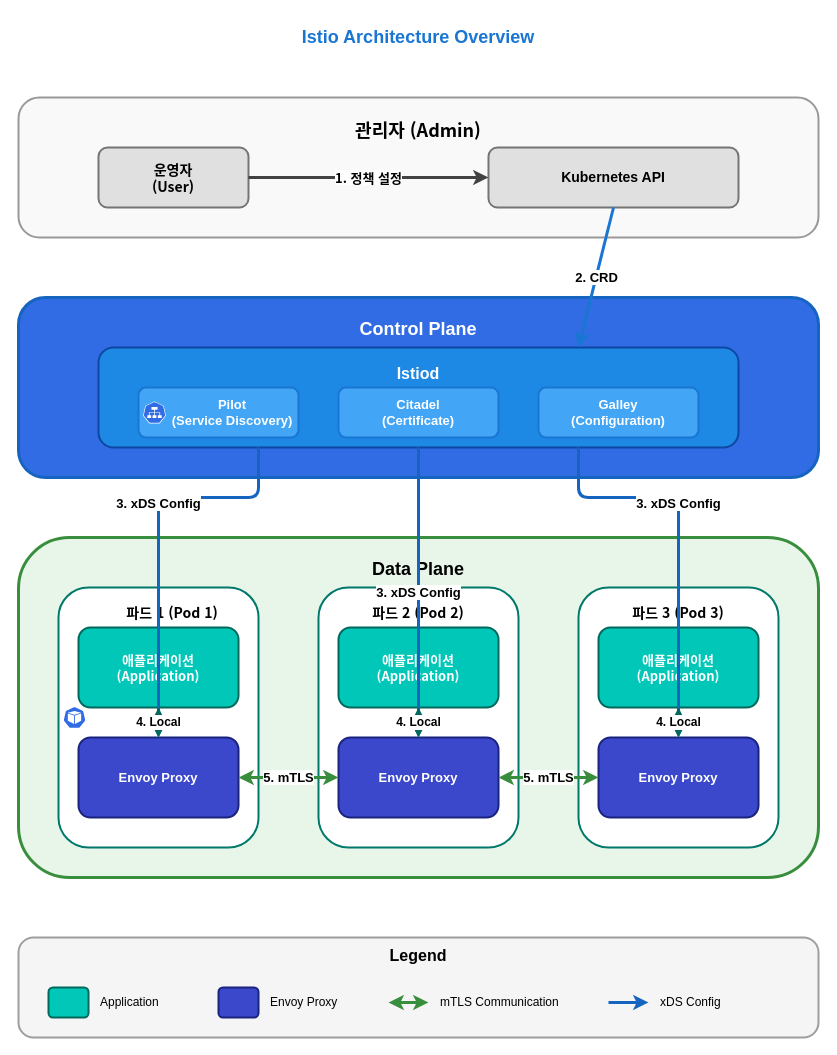
Above: assets/generated-diagrams/istio-overview.drawio in Atom-oh/kubernetes-docs (draw.io), before the change. Source tidied: cells renumbered, new cells numbered last; positions are measured from the earlier drawing's top-left corner, leaving out a move shared by most shapes. Both pictures are drawn from the tidied source at 100%, with x=0, y=0 at pixel (18, 17).
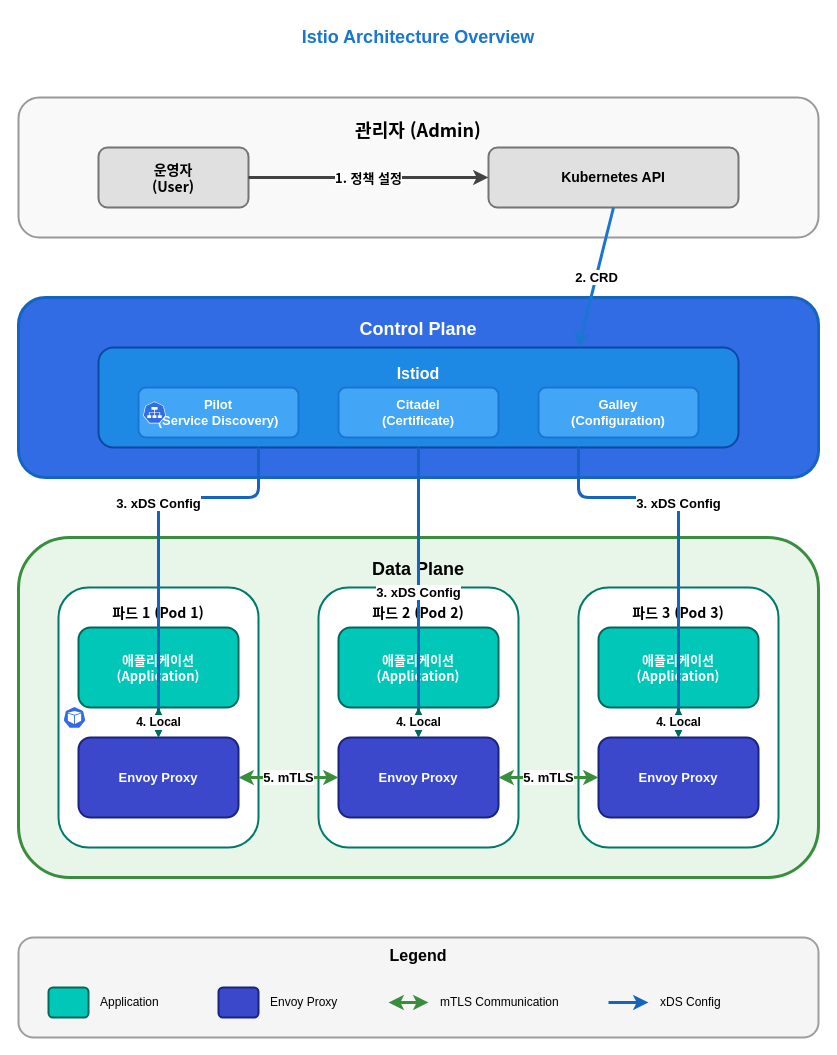
The same diagram, later.

The edit, as a diff of the source:
```diff
@@
-    <mxCell id="8" value="Pilot&lt;br&gt;(Service Discovery)" style="rounded=1;whiteSpace=wrap;html=1;fillColor=#42A5F5;strokeColor=#1976D2;strokeWidth=2;fontSize=13;fontStyle=1;fontColor=#FFFFFF;spacingLeft=28;" parent="1" vertex="1">
+    <mxCell id="8" value="Pilot&lt;br&gt;(Service Discovery)" style="rounded=1;whiteSpace=wrap;html=1;fillColor=#42A5F5;strokeColor=#1976D2;strokeWidth=2;fontSize=13;fontStyle=1;fontColor=#FFFFFF;" parent="1" vertex="1">
       <mxGeometry x="120" y="370" width="160" height="50" as="geometry" />
     </mxCell>
@@
-    <mxCell id="12" value="파드 1 (Pod 1)" style="rounded=1;whiteSpace=wrap;html=1;fillColor=#FFFFFF;strokeColor=#00796B;strokeWidth=2;fontSize=14;fontStyle=1;verticalAlign=top;align=center;spacingTop=10;fontFamily=Noto Sans CJK KR;spacingLeft=28;" parent="1" vertex="1">
+    <mxCell id="12" value="파드 1 (Pod 1)" style="rounded=1;whiteSpace=wrap;html=1;fillColor=#FFFFFF;strokeColor=#00796B;strokeWidth=2;fontSize=14;fontStyle=1;verticalAlign=top;align=center;spacingTop=10;fontFamily=Noto Sans CJK KR;" parent="1" vertex="1">
       <mxGeometry x="40" y="570" width="200" height="260" as="geometry" />
     </mxCell>
```
